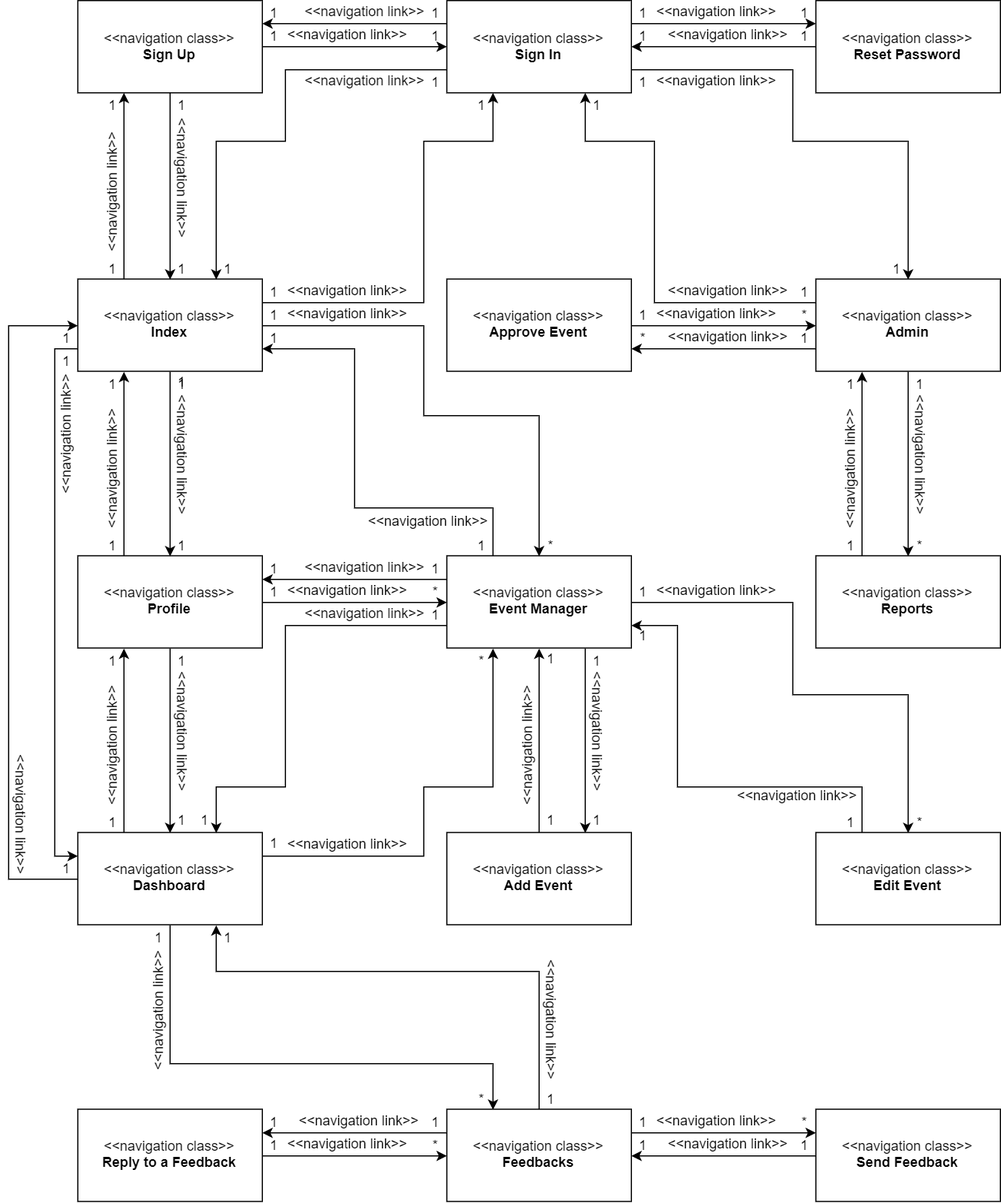
OmarAlghamdi/swe363-project-react keeps this draw.io diagram as diagrams/navigation/User3.png. Above is the earlier version. Source tidied: cells renumbered, new cells last; positions are measured from the earlier drawing's top-left corner, leaving out a move shared by most shapes.
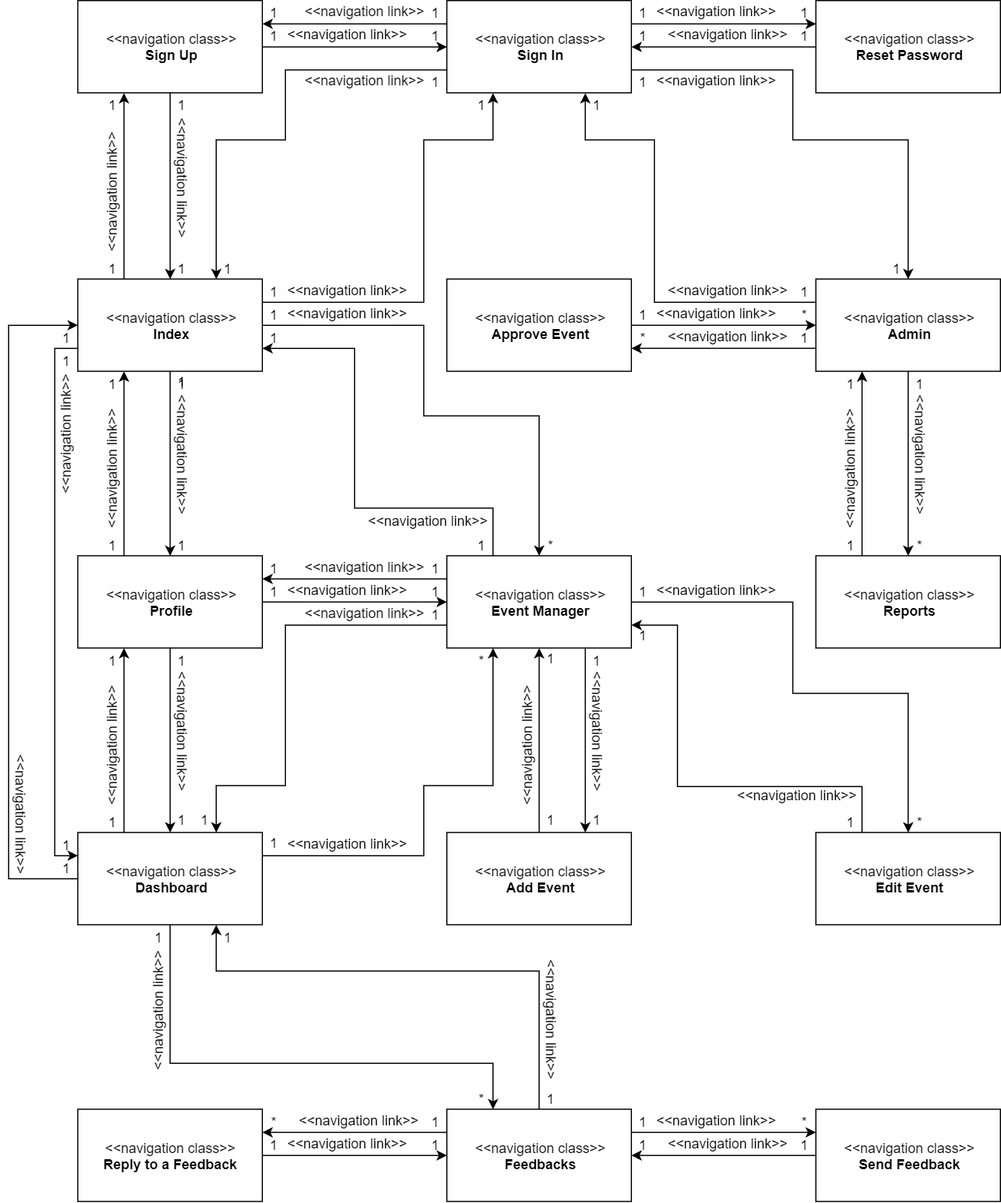
Later version of the same file.

Change to the diagram source:
```diff
@@ -463,7 +463,7 @@
     <mxCell id="128" value="1" style="text;html=1;align=center;verticalAlign=middle;" parent="1" vertex="1">
       <mxGeometry x="270" y="501.5" width="20" height="20" as="geometry" />
     </mxCell>
-    <mxCell id="129" value="*" style="text;html=1;align=center;verticalAlign=middle;" parent="1" vertex="1">
+    <mxCell id="129" value="1" style="text;html=1;align=center;verticalAlign=middle;" parent="1" vertex="1">
       <mxGeometry x="410" y="501.5" width="20" height="20" as="geometry" />
     </mxCell>
     <mxCell id="130" value="1" style="text;html=1;align=center;verticalAlign=middle;" parent="1" vertex="1">
@@ -499,13 +499,13 @@
     <mxCell id="140" value="1" style="text;html=1;align=center;verticalAlign=middle;" parent="1" vertex="1">
       <mxGeometry x="410" y="961.5" width="20" height="20" as="geometry" />
     </mxCell>
-    <mxCell id="141" value="1" style="text;html=1;align=center;verticalAlign=middle;" parent="1" vertex="1">
+    <mxCell id="141" value="*" style="text;html=1;align=center;verticalAlign=middle;" parent="1" vertex="1">
       <mxGeometry x="270" y="961.5" width="20" height="20" as="geometry" />
     </mxCell>
     <mxCell id="142" value="1" style="text;html=1;align=center;verticalAlign=middle;" parent="1" vertex="1">
       <mxGeometry x="270" y="981.5" width="20" height="20" as="geometry" />
     </mxCell>
-    <mxCell id="143" value="*" style="text;html=1;align=center;verticalAlign=middle;" parent="1" vertex="1">
+    <mxCell id="143" value="1" style="text;html=1;align=center;verticalAlign=middle;" parent="1" vertex="1">
       <mxGeometry x="410" y="981.5" width="20" height="20" as="geometry" />
     </mxCell>
     <mxCell id="144" value="1" style="text;html=1;align=center;verticalAlign=middle;" parent="1" vertex="1">
@@ -559,5 +559,8 @@
     <mxCell id="160" value="1" style="text;html=1;align=center;verticalAlign=middle;" parent="1" vertex="1">
       <mxGeometry x="90" y="301.5" width="20" height="20" as="geometry" />
     </mxCell>
+    <mxCell id="161" value="1" style="text;html=1;align=center;verticalAlign=middle;" parent="1" vertex="1">
+      <mxGeometry x="90" y="721.5" width="20" height="20" as="geometry" />
+    </mxCell>
   </root>
 </mxGraphModel>
```
